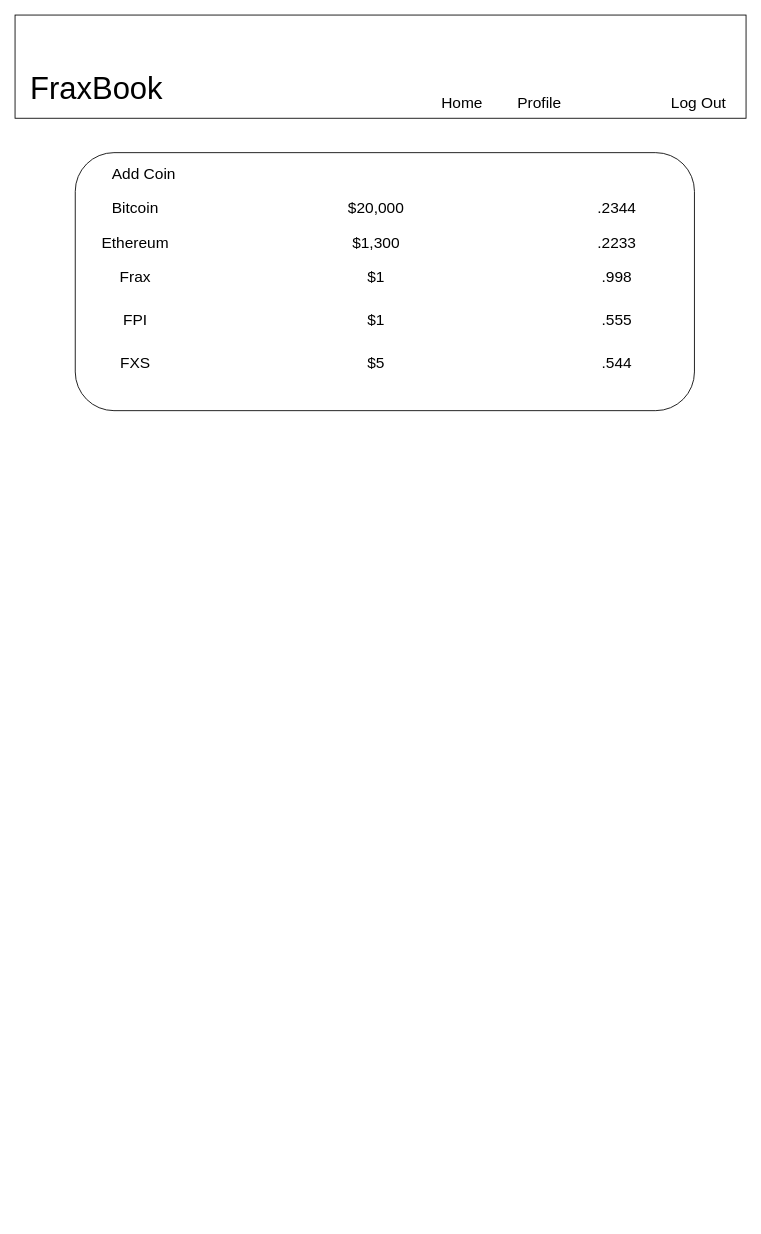
The draw.io diagram frax-book/public/Untitled Diagram.drawio in erosnol/fraxbook, before the edit. Source tidied: cells renumbered, new cells numbered last; positions are measured from the earlier drawing's top-left corner, leaving out a move shared by most shapes. Both pictures are drawn from the tidied source at 86%, with x=0, y=0 at pixel (15, 15).
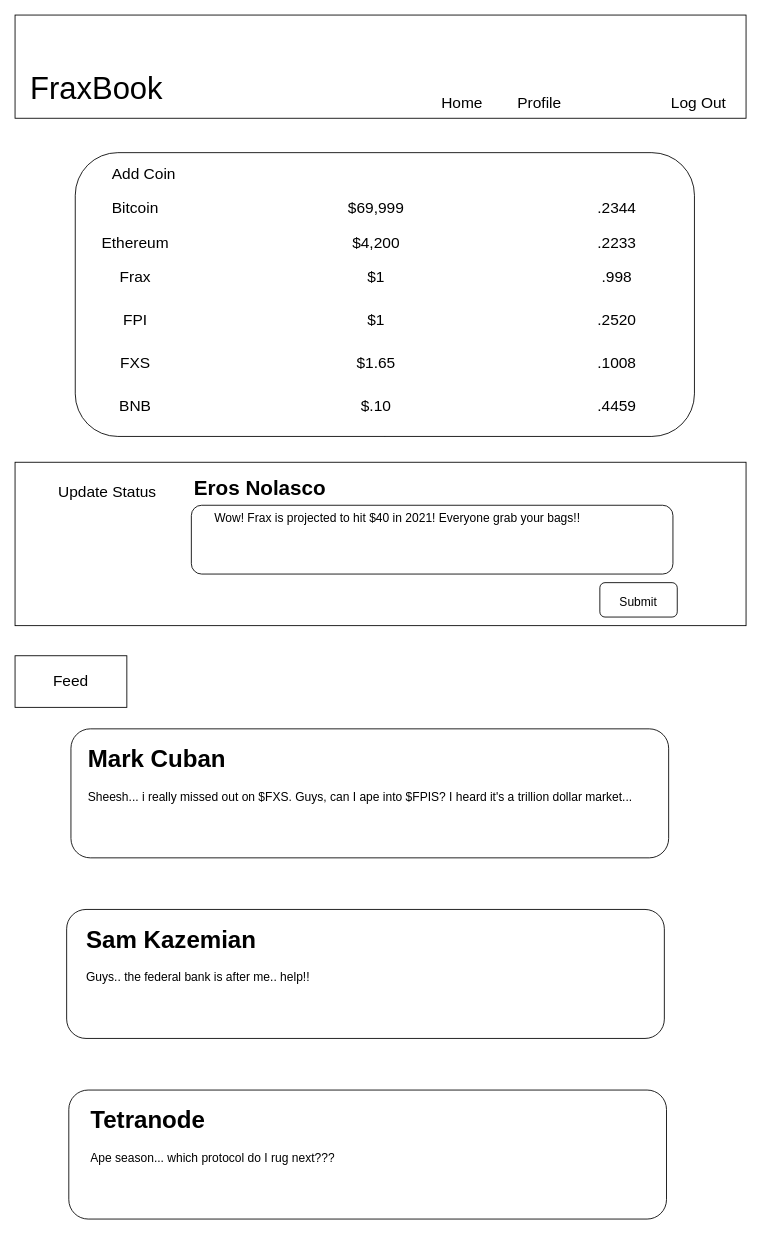
The same page after the edit.

Change to the diagram source:
```diff
@@
+    <mxCell id="24" style="edgeStyle=orthogonalEdgeStyle;rounded=0;jettySize=auto;html=1;exitX=0.5;exitY=1;exitDx=0;exitDy=0;fontSize=18;" parent="1" edge="1" source="7">
+      <mxGeometry relative="1" as="geometry">
+        <mxPoint x="430" y="470" as="targetPoint" />
+        <Array as="points">
+          <mxPoint x="430" y="470" />
+          <mxPoint x="430" y="470" />
+        </Array>
+      </mxGeometry>
+    </mxCell>
+    <mxCell id="25" style="edgeStyle=orthogonalEdgeStyle;rounded=0;jettySize=auto;html=1;exitX=0.5;exitY=1;exitDx=0;exitDy=0;fontSize=18;" parent="1" edge="1" source="7">
+      <mxGeometry relative="1" as="geometry">
+        <mxPoint x="430" y="490" as="targetPoint" />
+      </mxGeometry>
+    </mxCell>
     <mxCell id="7" style="rounded=1;whiteSpace=wrap;html=1;fontSize=18;" parent="1" vertex="1">
-      <mxGeometry x="70" y="160" width="720" height="300" as="geometry" />
+      <mxGeometry x="70" y="160" width="720" height="330" as="geometry" />
     </mxCell>
@@
-    <mxCell id="13" value="$20,000" style="text;html=1;strokeColor=none;fillColor=none;align=center;verticalAlign=middle;whiteSpace=wrap;rounded=0;fontSize=18;" parent="1" vertex="1">
+    <mxCell id="13" value="$69,999" style="text;html=1;strokeColor=none;fillColor=none;align=center;verticalAlign=middle;whiteSpace=wrap;rounded=0;fontSize=18;" parent="1" vertex="1">
       <mxGeometry x="390" y="210" width="60" height="30" as="geometry" />
     </mxCell>
-    <mxCell id="14" value="$1,300" style="text;html=1;strokeColor=none;fillColor=none;align=center;verticalAlign=middle;whiteSpace=wrap;rounded=0;fontSize=18;" parent="1" vertex="1">
+    <mxCell id="14" value="$4,200" style="text;html=1;strokeColor=none;fillColor=none;align=center;verticalAlign=middle;whiteSpace=wrap;rounded=0;fontSize=18;" parent="1" vertex="1">
       <mxGeometry x="390" y="250" width="60" height="30" as="geometry" />
     </mxCell>
@@
-    <mxCell id="20" value=".555" style="text;html=1;strokeColor=none;fillColor=none;align=center;verticalAlign=middle;whiteSpace=wrap;rounded=0;fontSize=18;" parent="1" vertex="1">
+    <mxCell id="20" value=".2520" style="text;html=1;strokeColor=none;fillColor=none;align=center;verticalAlign=middle;whiteSpace=wrap;rounded=0;fontSize=18;" parent="1" vertex="1">
       <mxGeometry x="670" y="340" width="60" height="30" as="geometry" />
     </mxCell>
@@
-    <mxCell id="22" value="$5" style="text;html=1;strokeColor=none;fillColor=none;align=center;verticalAlign=middle;whiteSpace=wrap;rounded=0;fontSize=18;" parent="1" vertex="1">
+    <mxCell id="22" value="$1.65" style="text;html=1;strokeColor=none;fillColor=none;align=center;verticalAlign=middle;whiteSpace=wrap;rounded=0;fontSize=18;" parent="1" vertex="1">
       <mxGeometry x="390" y="390" width="60" height="30" as="geometry" />
     </mxCell>
-    <mxCell id="23" value=".544" style="text;html=1;strokeColor=none;fillColor=none;align=center;verticalAlign=middle;whiteSpace=wrap;rounded=0;fontSize=18;" parent="1" vertex="1">
+    <mxCell id="23" value=".1008" style="text;html=1;strokeColor=none;fillColor=none;align=center;verticalAlign=middle;whiteSpace=wrap;rounded=0;fontSize=18;" parent="1" vertex="1">
       <mxGeometry x="670" y="390" width="60" height="30" as="geometry" />
     </mxCell>
+    <mxCell id="26" style="rounded=0;whiteSpace=wrap;html=1;fontSize=18;" parent="1" vertex="1">
+      <mxGeometry y="520" width="850" height="190" as="geometry" />
+    </mxCell>
+    <mxCell id="27" value="Update Status" style="text;html=1;strokeColor=none;fillColor=none;align=center;verticalAlign=middle;whiteSpace=wrap;rounded=0;fontSize=18;" parent="1" vertex="1">
+      <mxGeometry x="45" y="540" width="125" height="30" as="geometry" />
+    </mxCell>
+    <mxCell id="28" value="BNB" style="text;html=1;strokeColor=none;fillColor=none;align=center;verticalAlign=middle;whiteSpace=wrap;rounded=0;fontSize=18;" parent="1" vertex="1">
+      <mxGeometry x="110" y="440" width="60" height="30" as="geometry" />
+    </mxCell>
+    <mxCell id="29" value="$.10" style="text;html=1;strokeColor=none;fillColor=none;align=center;verticalAlign=middle;whiteSpace=wrap;rounded=0;fontSize=18;" parent="1" vertex="1">
+      <mxGeometry x="390" y="440" width="60" height="30" as="geometry" />
+    </mxCell>
+    <mxCell id="30" value=".4459" style="text;html=1;strokeColor=none;fillColor=none;align=center;verticalAlign=middle;whiteSpace=wrap;rounded=0;fontSize=18;" parent="1" vertex="1">
+      <mxGeometry x="670" y="440" width="60" height="30" as="geometry" />
+    </mxCell>
+    <mxCell id="31" style="rounded=1;whiteSpace=wrap;html=1;fontSize=24;" parent="1" vertex="1">
+      <mxGeometry x="205" y="570" width="560" height="80" as="geometry" />
+    </mxCell>
+    <mxCell id="32" style="rounded=1;whiteSpace=wrap;html=1;fontSize=24;" parent="1" vertex="1">
+      <mxGeometry x="680" y="660" width="90" height="40" as="geometry" />
+    </mxCell>
+    <mxCell id="33" value="&lt;font style=&quot;font-size: 14px;&quot;&gt;Submit&lt;/font&gt;" style="text;html=1;strokeColor=none;fillColor=none;align=center;verticalAlign=middle;whiteSpace=wrap;rounded=0;fontSize=24;" parent="1" vertex="1">
+      <mxGeometry x="695" y="665" width="60" height="30" as="geometry" />
+    </mxCell>
+    <mxCell id="34" value="&lt;div align=&quot;left&quot;&gt;Wow! Frax is projected to hit $40 in 2021! Everyone grab your bags!!&lt;br&gt;&lt;/div&gt;" style="text;html=1;strokeColor=none;fillColor=none;align=left;verticalAlign=middle;whiteSpace=wrap;rounded=0;fontSize=14;" parent="1" vertex="1">
+      <mxGeometry x="230" y="570" width="510" height="30" as="geometry" />
+    </mxCell>
+    <mxCell id="35" style="rounded=0;whiteSpace=wrap;html=1;fontSize=14;" parent="1" vertex="1">
+      <mxGeometry y="745" width="130" height="60" as="geometry" />
+    </mxCell>
+    <mxCell id="36" value="&lt;div align=&quot;center&quot;&gt;&lt;font style=&quot;font-size: 18px;&quot;&gt;Feed&lt;/font&gt;&lt;/div&gt;" style="text;html=1;strokeColor=none;fillColor=none;align=center;verticalAlign=middle;whiteSpace=wrap;rounded=0;fontSize=14;" parent="1" vertex="1">
+      <mxGeometry x="30" y="760" width="70" height="30" as="geometry" />
+    </mxCell>
+    <mxCell id="37" style="rounded=1;whiteSpace=wrap;html=1;fontSize=18;" parent="1" vertex="1">
+      <mxGeometry x="65" y="830" width="695" height="150" as="geometry" />
+    </mxCell>
+    <mxCell id="38" value="&lt;h1&gt;Mark Cuban&lt;br&gt;&lt;/h1&gt;&lt;p&gt;Sheesh... i really missed out on $FXS. Guys, can I ape into $FPIS? I heard it's a trillion dollar market... &lt;br&gt;&lt;/p&gt;" style="text;html=1;strokeColor=none;fillColor=none;spacing=5;spacingTop=-20;whiteSpace=wrap;overflow=hidden;rounded=0;fontSize=14;" parent="1" vertex="1">
+      <mxGeometry x="80" y="840" width="660" height="130" as="geometry" />
+    </mxCell>
+    <mxCell id="39" style="rounded=1;whiteSpace=wrap;html=1;fontSize=18;" parent="1" vertex="1">
+      <mxGeometry x="60" y="1040" width="695" height="150" as="geometry" />
+    </mxCell>
+    <mxCell id="40" style="rounded=1;whiteSpace=wrap;html=1;fontSize=18;" parent="1" vertex="1">
+      <mxGeometry x="62.5" y="1250" width="695" height="150" as="geometry" />
+    </mxCell>
+    <mxCell id="41" value="&lt;h1&gt;Sam Kazemian&lt;br&gt;&lt;/h1&gt;&lt;p&gt;Guys.. the federal bank is after me.. help!!&lt;br&gt;&lt;/p&gt;" style="text;html=1;strokeColor=none;fillColor=none;spacing=5;spacingTop=-20;whiteSpace=wrap;overflow=hidden;rounded=0;fontSize=14;" parent="1" vertex="1">
+      <mxGeometry x="77.5" y="1050" width="660" height="130" as="geometry" />
+    </mxCell>
+    <mxCell id="42" value="&lt;h1&gt;Tetranode&lt;br&gt;&lt;/h1&gt;&lt;p&gt;Ape season... which protocol do I rug next??? &lt;br&gt;&lt;/p&gt;" style="text;html=1;strokeColor=none;fillColor=none;spacing=5;spacingTop=-20;whiteSpace=wrap;overflow=hidden;rounded=0;fontSize=14;" parent="1" vertex="1">
+      <mxGeometry x="82.5" y="1260" width="660" height="130" as="geometry" />
+    </mxCell>
+    <mxCell id="43" value="&lt;font style=&quot;font-size: 24px;&quot;&gt;&lt;b&gt;Eros Nolasco&lt;/b&gt;&lt;/font&gt;" style="text;html=1;strokeColor=none;fillColor=none;align=center;verticalAlign=middle;whiteSpace=wrap;rounded=0;fontSize=18;" parent="1" vertex="1">
+      <mxGeometry x="205" y="535" width="160" height="30" as="geometry" />
+    </mxCell>
```
